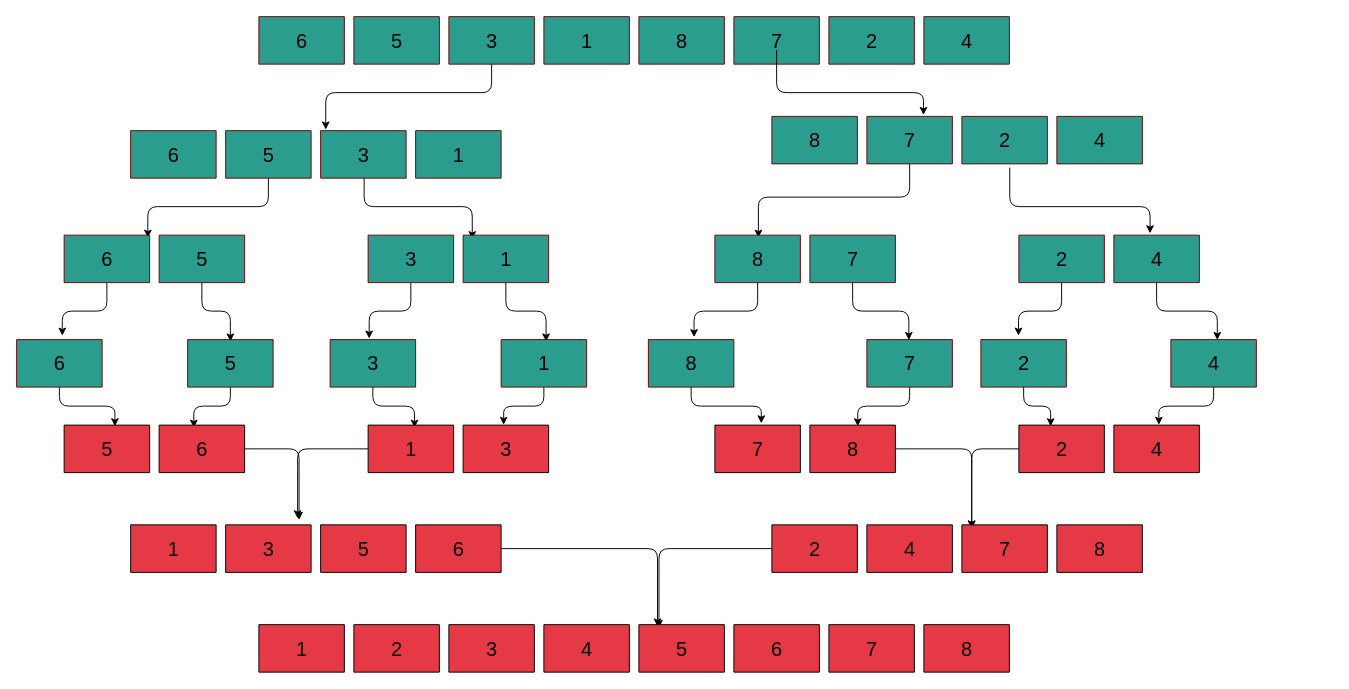
Before: page "mergeSort" (1 of 3) of algorithm.drawio in boilingfrog/algorithm, a draw.io diagram. Source tidied: cells renumbered, new cells numbered last; positions are measured from the earlier drawing's top-left corner, leaving out a move shared by most shapes. Both pictures are drawn from the tidied source at 95%, with x=0, y=0 at pixel (16, 16).
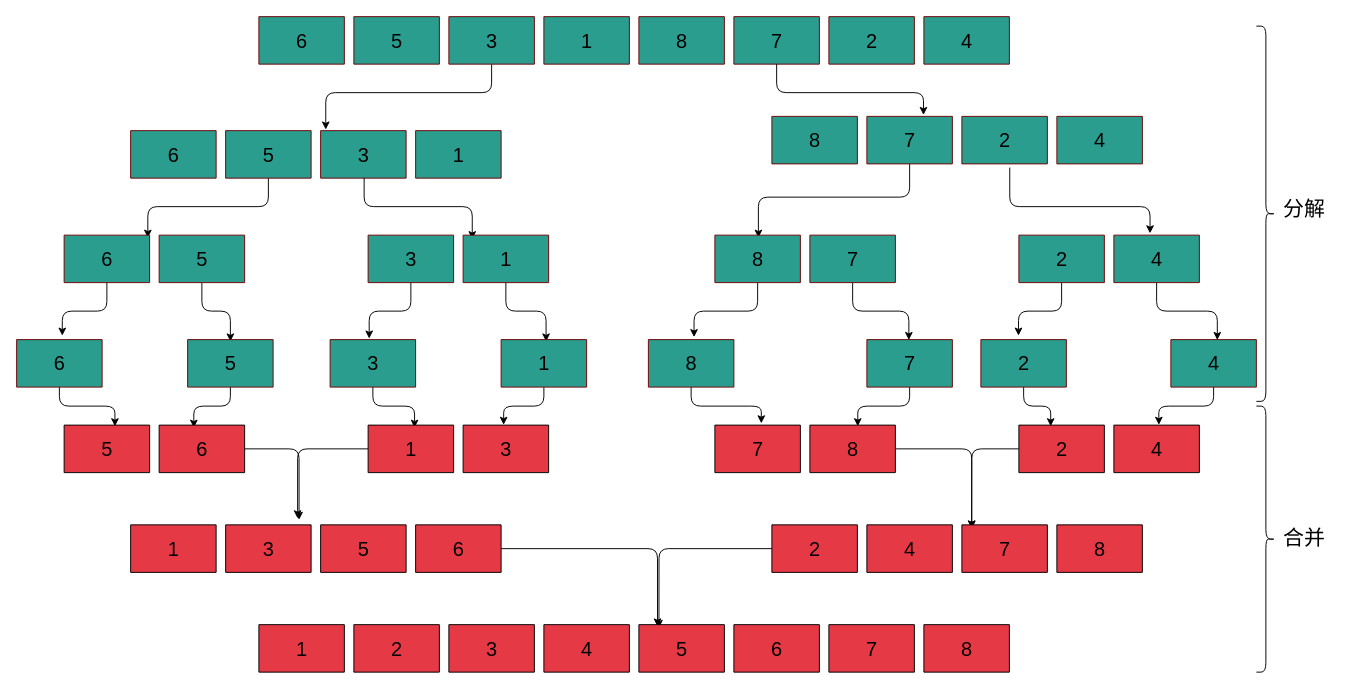
The same page after the edit.

Unchanged cells that the change refers to:
```xml
<mxCell id="17" value="&lt;span style=&quot;font-size: 21px&quot;&gt;7&lt;/span&gt;" style="text;html=1;align=center;verticalAlign=middle;points=[];strokeColor=none;fillColor=none;" parent="1" vertex="1">
  <mxGeometry x="785" y="15" width="30" height="20" as="geometry" />
</mxCell>
<mxCell id="32" style="verticalLabelPosition=bottom;verticalAlign=top;html=1;shape=mxgraph.basic.rect;fillColor2=none;strokeWidth=1;size=20;indent=5;fontSize=15;fillColor=#2A9D8F;strokeColor=#6F0000;fontColor=#ffffff;" parent="1" vertex="1">
  <mxGeometry x="895" y="105" width="90" height="50" as="geometry" />
</mxCell>
```

The edit, as a diff of the source:
```diff
@@
-    <mxCell id="16" style="edgeStyle=orthogonalEdgeStyle;html=1;entryX=0.662;entryY=-0.029;entryDx=0;entryDy=0;entryPerimeter=0;fontSize=21;" parent="1" edge="1" source="17" target="32">
+    <mxCell id="16" style="edgeStyle=orthogonalEdgeStyle;html=1;entryX=0.662;entryY=-0.029;entryDx=0;entryDy=0;entryPerimeter=0;fontSize=21;" parent="1" edge="1" target="32">
       <mxGeometry relative="1" as="geometry">
+        <mxPoint x="800" y="50" as="sourcePoint" />
         <Array as="points">
           <mxPoint x="800" y="80" />
           <mxPoint x="955" y="80" />
         </Array>
       </mxGeometry>
     </mxCell>
@@
+    <mxCell id="142" style="shape=curlyBracket;whiteSpace=wrap;html=1;rounded=1;flipH=1;size=0.5;" parent="1" vertex="1">
+      <mxGeometry x="1305" y="10" width="20" height="395" as="geometry" />
+    </mxCell>
+    <mxCell id="143" style="shape=curlyBracket;whiteSpace=wrap;html=1;rounded=1;flipH=1;size=0.5;" parent="1" vertex="1">
+      <mxGeometry x="1305" y="410" width="20" height="280" as="geometry" />
+    </mxCell>
+    <mxCell id="144" value="&lt;span style=&quot;font-size: 22px&quot;&gt;分解&lt;/span&gt;" style="text;html=1;align=center;verticalAlign=middle;strokeColor=none;fillColor=none;" parent="1" vertex="1">
+      <mxGeometry x="1325" y="192.5" width="60" height="20" as="geometry" />
+    </mxCell>
+    <mxCell id="145" value="&lt;span style=&quot;font-size: 22px&quot;&gt;合并&lt;/span&gt;" style="text;html=1;align=center;verticalAlign=middle;strokeColor=none;fillColor=none;" parent="1" vertex="1">
+      <mxGeometry x="1325" y="540" width="60" height="20" as="geometry" />
+    </mxCell>
```
